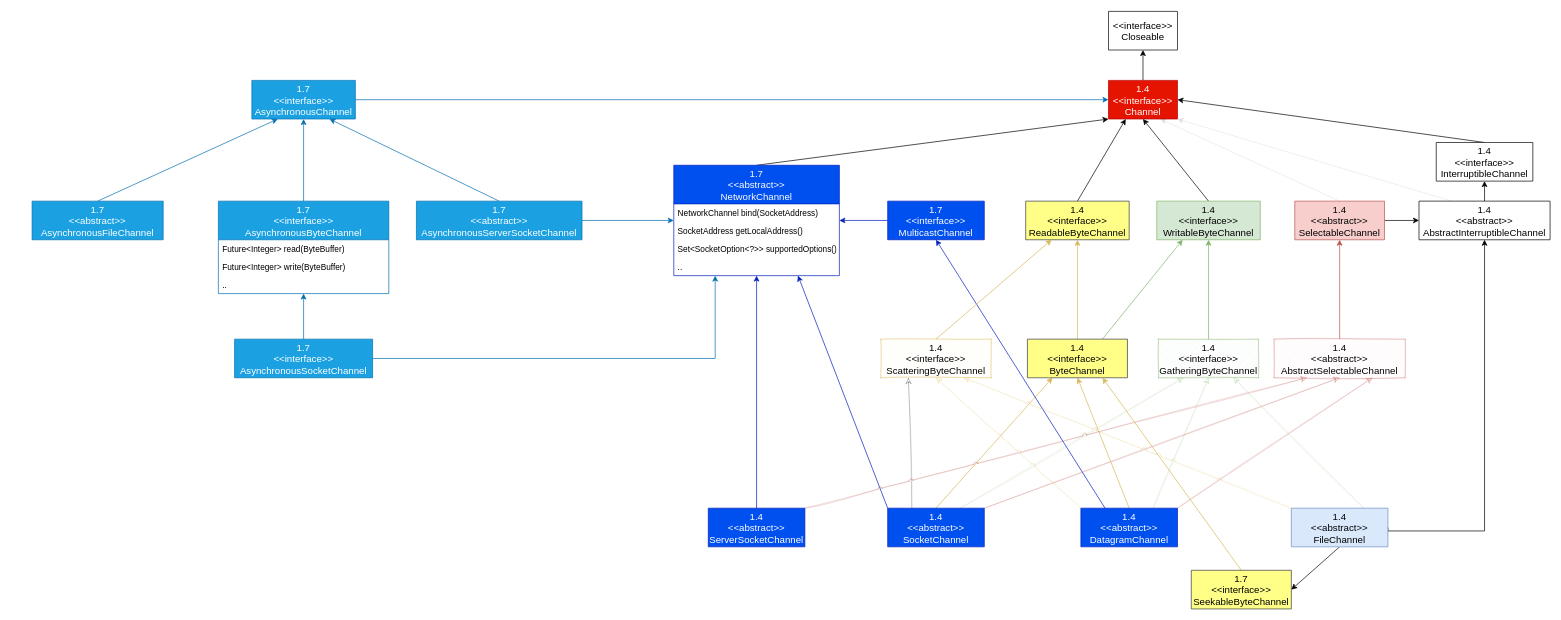
Before: demo-java-drawio/Channel.drawio in hello-world-example/Java-IO, a draw.io diagram. Source tidied: cells renumbered, new cells numbered last; positions are measured from the earlier drawing's top-left corner, leaving out a move shared by most shapes. Both pictures are drawn from the tidied source at 69%, with x=0, y=0 at pixel (32, 11).
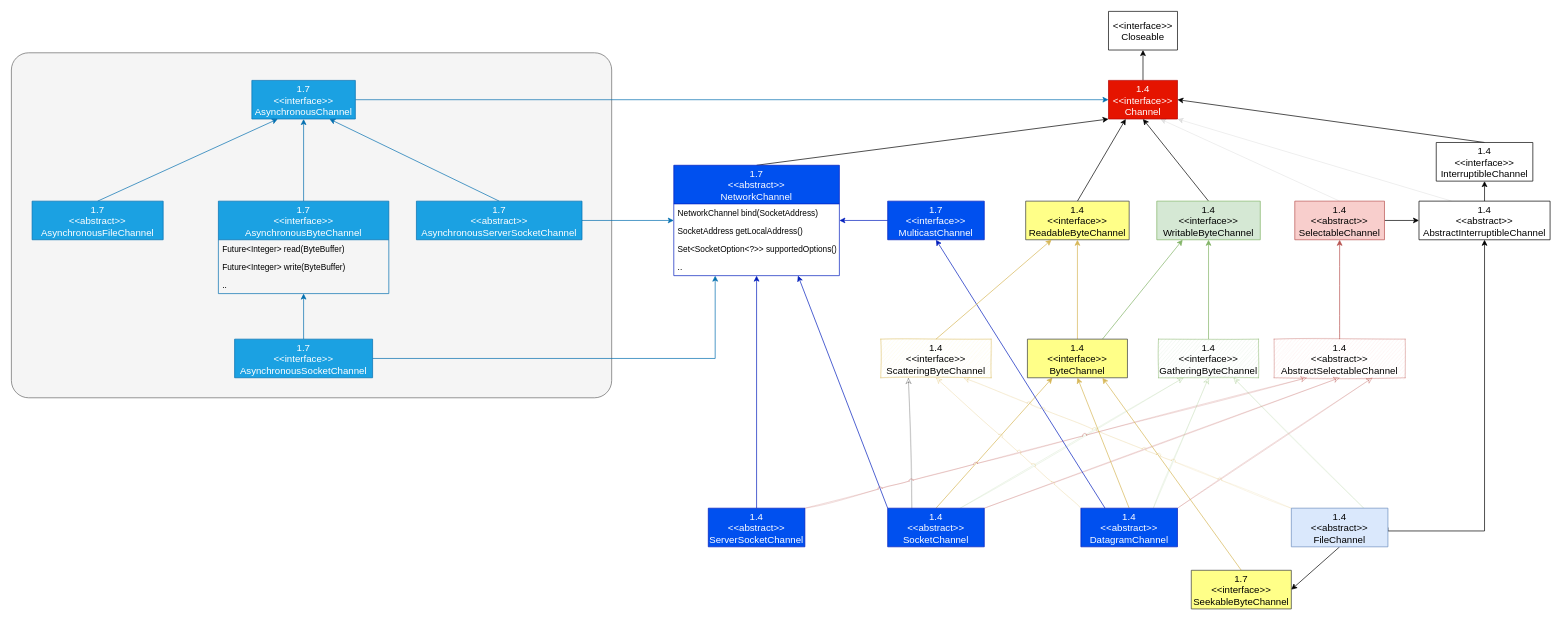
The same diagram, later.

Change to the diagram source:
```diff
@@
+    <mxCell id="73" parent="0" />
+    <mxCell id="74" style="rounded=1;whiteSpace=wrap;html=1;arcSize=5;fillColor=#f5f5f5;strokeColor=#666666;fontColor=#333333;" parent="73" vertex="1">
+      <mxGeometry x="-30" y="60" width="870" height="500" as="geometry" />
+    </mxCell>
```
